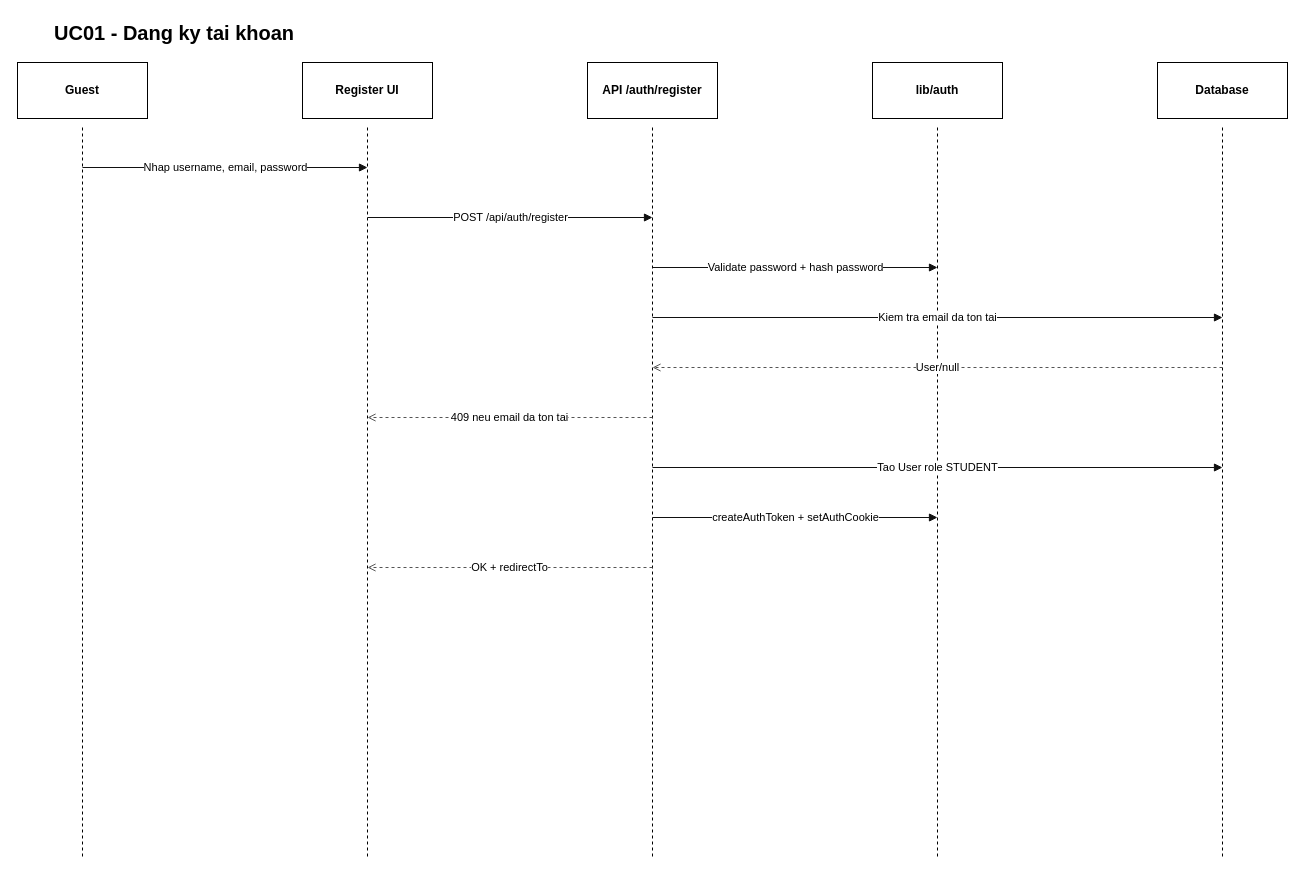
Earlier version of the draw.io diagram page "Đăng ký tài khoản" (1 of 22) of finncenter-sequence-diagrams.drawio (vunguyen00/final-pj). Source tidied: cells renumbered, new cells numbered last; positions are measured from the earlier drawing's top-left corner, leaving out a move shared by most shapes. Both pictures are drawn from the tidied source at 100%, with x=0, y=0 at pixel (17, 17).
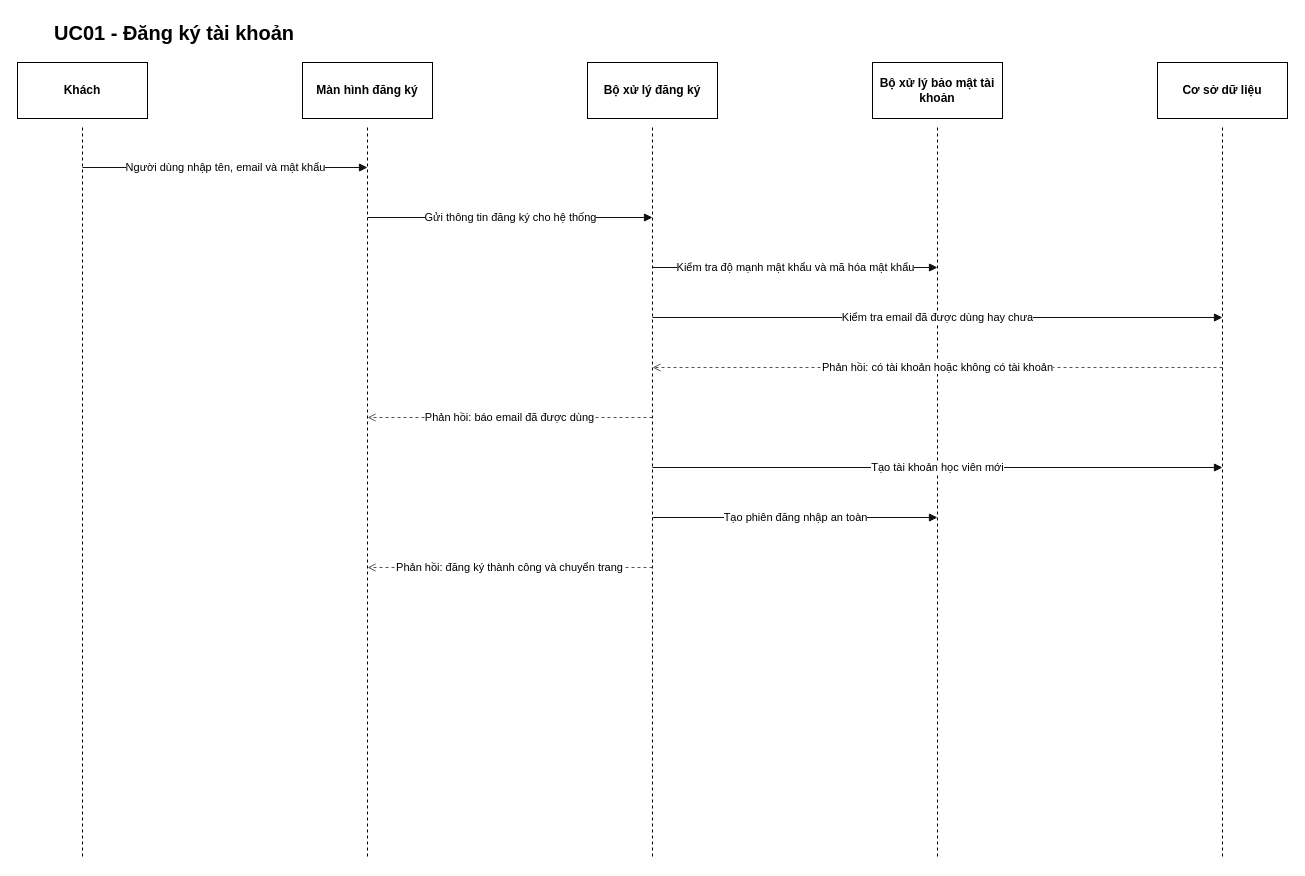
The same page after the edit.

The edit, as a diff of the source:
```diff
@@
-    <mxCell id="2" value="UC01 - Dang ky tai khoan" style="text;html=1;strokeColor=none;fillColor=none;align=left;verticalAlign=middle;whiteSpace=wrap;rounded=0;fontSize=20;fontStyle=1;" parent="1" vertex="1">
+    <mxCell id="2" value="UC01 - Đăng ký tài khoản" style="text;html=1;strokeColor=none;fillColor=none;align=left;verticalAlign=middle;whiteSpace=wrap;rounded=0;fontSize=20;fontStyle=1;" parent="1" vertex="1">
       <mxGeometry x="35" width="760" height="30" as="geometry" />
     </mxCell>
-    <mxCell id="3" value="Guest" style="rounded=0;whiteSpace=wrap;html=1;fontStyle=1;fillColor=#ffffff;strokeColor=#000000;" parent="1" vertex="1">
+    <mxCell id="3" value="Khách" style="rounded=0;whiteSpace=wrap;html=1;fontStyle=1;fillColor=#ffffff;strokeColor=#000000;" parent="1" vertex="1">
       <mxGeometry y="45" width="130" height="56" as="geometry" />
     </mxCell>
@@
-    <mxCell id="5" value="Register UI" style="rounded=0;whiteSpace=wrap;html=1;fontStyle=1;fillColor=#ffffff;strokeColor=#000000;" parent="1" vertex="1">
+    <mxCell id="5" value="Màn hình đăng ký" style="rounded=0;whiteSpace=wrap;html=1;fontStyle=1;fillColor=#ffffff;strokeColor=#000000;" parent="1" vertex="1">
       <mxGeometry x="285" y="45" width="130" height="56" as="geometry" />
     </mxCell>
@@
-    <mxCell id="7" value="API /auth/register" style="rounded=0;whiteSpace=wrap;html=1;fontStyle=1;fillColor=#ffffff;strokeColor=#000000;" parent="1" vertex="1">
+    <mxCell id="7" value="Bộ xử lý đăng ký" style="rounded=0;whiteSpace=wrap;html=1;fontStyle=1;fillColor=#ffffff;strokeColor=#000000;" parent="1" vertex="1">
       <mxGeometry x="570" y="45" width="130" height="56" as="geometry" />
     </mxCell>
@@
-    <mxCell id="9" value="lib/auth" style="rounded=0;whiteSpace=wrap;html=1;fontStyle=1;fillColor=#ffffff;strokeColor=#000000;" parent="1" vertex="1">
+    <mxCell id="9" value="Bộ xử lý bảo mật tài khoản" style="rounded=0;whiteSpace=wrap;html=1;fontStyle=1;fillColor=#ffffff;strokeColor=#000000;" parent="1" vertex="1">
       <mxGeometry x="855" y="45" width="130" height="56" as="geometry" />
     </mxCell>
@@
-    <mxCell id="11" value="Database" style="rounded=0;whiteSpace=wrap;html=1;fontStyle=1;fillColor=#ffffff;strokeColor=#000000;" parent="1" vertex="1">
+    <mxCell id="11" value="Cơ sở dữ liệu" style="rounded=0;whiteSpace=wrap;html=1;fontStyle=1;fillColor=#ffffff;strokeColor=#000000;" parent="1" vertex="1">
       <mxGeometry x="1140" y="45" width="130" height="56" as="geometry" />
     </mxCell>
@@
-    <mxCell id="13" value="Nhap username, email, password" style="endArrow=block;html=1;rounded=0;strokeWidth=1;strokeColor=#111111;" parent="1" edge="1">
+    <mxCell id="13" value="Người dùng nhập tên, email và mật khẩu" style="endArrow=block;html=1;rounded=0;strokeWidth=1;strokeColor=#111111;" parent="1" edge="1">
       <mxGeometry relative="1" as="geometry">
         <mxPoint x="65" y="150" as="sourcePoint" />
         <mxPoint x="350" y="150" as="targetPoint" />
       </mxGeometry>
     </mxCell>
-    <mxCell id="14" value="POST /api/auth/register" style="endArrow=block;html=1;rounded=0;strokeWidth=1;strokeColor=#111111;" parent="1" edge="1">
+    <mxCell id="14" value="Gửi thông tin đăng ký cho hệ thống" style="endArrow=block;html=1;rounded=0;strokeWidth=1;strokeColor=#111111;" parent="1" edge="1">
       <mxGeometry relative="1" as="geometry">
         <mxPoint x="350" y="200" as="sourcePoint" />
         <mxPoint x="635" y="200" as="targetPoint" />
       </mxGeometry>
     </mxCell>
-    <mxCell id="15" value="Validate password + hash password" style="endArrow=block;html=1;rounded=0;strokeWidth=1;strokeColor=#111111;" parent="1" edge="1">
+    <mxCell id="15" value="Kiểm tra độ mạnh mật khẩu và mã hóa mật khẩu" style="endArrow=block;html=1;rounded=0;strokeWidth=1;strokeColor=#111111;" parent="1" edge="1">
       <mxGeometry relative="1" as="geometry">
         <mxPoint x="635" y="250" as="sourcePoint" />
         <mxPoint x="920" y="250" as="targetPoint" />
       </mxGeometry>
     </mxCell>
-    <mxCell id="16" value="Kiem tra email da ton tai" style="endArrow=block;html=1;rounded=0;strokeWidth=1;strokeColor=#111111;" parent="1" edge="1">
+    <mxCell id="16" value="Kiểm tra email đã được dùng hay chưa" style="endArrow=block;html=1;rounded=0;strokeWidth=1;strokeColor=#111111;" parent="1" edge="1">
       <mxGeometry relative="1" as="geometry">
         <mxPoint x="635" y="300" as="sourcePoint" />
         <mxPoint x="1205" y="300" as="targetPoint" />
       </mxGeometry>
     </mxCell>
-    <mxCell id="17" value="User/null" style="endArrow=open;html=1;rounded=0;dashed=1;strokeWidth=1;strokeColor=#555555;" parent="1" edge="1">
+    <mxCell id="17" value="Phản hồi: có tài khoản hoặc không có tài khoản" style="endArrow=open;html=1;rounded=0;dashed=1;strokeWidth=1;strokeColor=#555555;" parent="1" edge="1">
       <mxGeometry relative="1" as="geometry">
         <mxPoint x="1205" y="350" as="sourcePoint" />
         <mxPoint x="635" y="350" as="targetPoint" />
       </mxGeometry>
     </mxCell>
-    <mxCell id="18" value="409 neu email da ton tai" style="endArrow=open;html=1;rounded=0;dashed=1;strokeWidth=1;strokeColor=#555555;" parent="1" edge="1">
+    <mxCell id="18" value="Phản hồi: báo email đã được dùng" style="endArrow=open;html=1;rounded=0;dashed=1;strokeWidth=1;strokeColor=#555555;" parent="1" edge="1">
       <mxGeometry relative="1" as="geometry">
         <mxPoint x="635" y="400" as="sourcePoint" />
         <mxPoint x="350" y="400" as="targetPoint" />
       </mxGeometry>
     </mxCell>
-    <mxCell id="19" value="Tao User role STUDENT" style="endArrow=block;html=1;rounded=0;strokeWidth=1;strokeColor=#111111;" parent="1" edge="1">
+    <mxCell id="19" value="Tạo tài khoản học viên mới" style="endArrow=block;html=1;rounded=0;strokeWidth=1;strokeColor=#111111;" parent="1" edge="1">
       <mxGeometry relative="1" as="geometry">
         <mxPoint x="635" y="450" as="sourcePoint" />
         <mxPoint x="1205" y="450" as="targetPoint" />
       </mxGeometry>
     </mxCell>
-    <mxCell id="20" value="createAuthToken + setAuthCookie" style="endArrow=block;html=1;rounded=0;strokeWidth=1;strokeColor=#111111;" parent="1" edge="1">
+    <mxCell id="20" value="Tạo phiên đăng nhập an toàn" style="endArrow=block;html=1;rounded=0;strokeWidth=1;strokeColor=#111111;" parent="1" edge="1">
       <mxGeometry relative="1" as="geometry">
         <mxPoint x="635" y="500" as="sourcePoint" />
         <mxPoint x="920" y="500" as="targetPoint" />
       </mxGeometry>
     </mxCell>
-    <mxCell id="21" value="OK + redirectTo" style="endArrow=open;html=1;rounded=0;dashed=1;strokeWidth=1;strokeColor=#555555;" parent="1" edge="1">
+    <mxCell id="21" value="Phản hồi: đăng ký thành công và chuyển trang" style="endArrow=open;html=1;rounded=0;dashed=1;strokeWidth=1;strokeColor=#555555;" parent="1" edge="1">
       <mxGeometry relative="1" as="geometry">
         <mxPoint x="635" y="550" as="sourcePoint" />
         <mxPoint x="350" y="550" as="targetPoint" />
       </mxGeometry>
     </mxCell>
```
